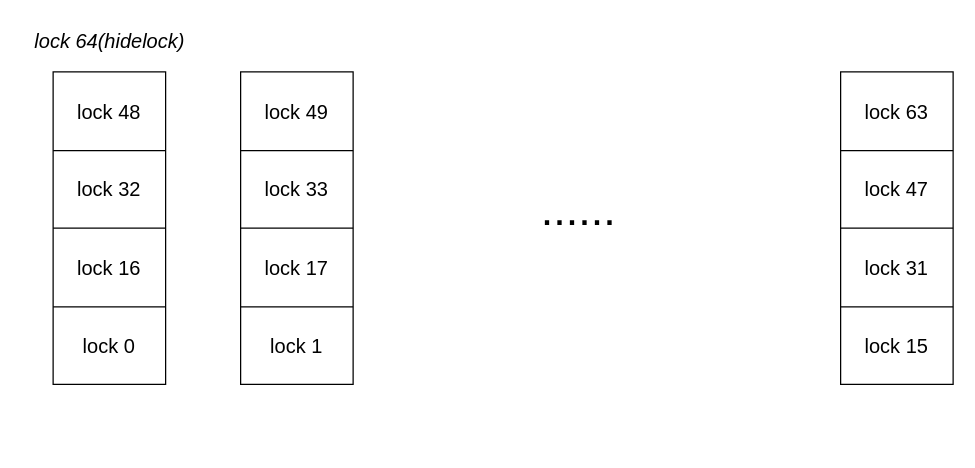
Before: _draws/锁管理器.drawio in segzix/segzix.github.io, a draw.io diagram. Source tidied: cells renumbered, new cells numbered last; positions are measured from the earlier drawing's top-left corner, leaving out a move shared by most shapes. Both pictures are drawn from the tidied source at 125%, with x=0, y=0 at pixel (21, 21).
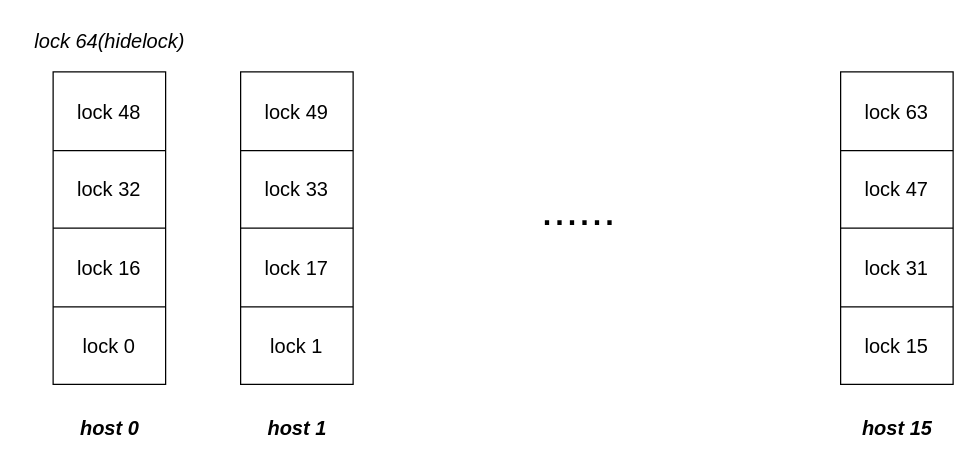
The same page after the edit.

Commit message (it also covers changes not shown here):
更新锁管理器.drawio

Change to the diagram source:
```diff
@@
+    <mxCell id="31" value="&lt;i&gt;&lt;b&gt;&lt;font style=&quot;font-size: 16px;&quot;&gt;host 0&lt;/font&gt;&lt;/b&gt;&lt;/i&gt;" style="text;html=1;align=center;verticalAlign=middle;strokeColor=none;fillColor=none;" parent="1" vertex="1">
+      <mxGeometry x="35" y="310" width="70" height="30" as="geometry" />
+    </mxCell>
+    <mxCell id="32" value="&lt;i&gt;&lt;b&gt;&lt;font style=&quot;font-size: 16px;&quot;&gt;host 1&lt;/font&gt;&lt;/b&gt;&lt;/i&gt;" style="text;html=1;align=center;verticalAlign=middle;strokeColor=none;fillColor=none;" parent="1" vertex="1">
+      <mxGeometry x="185" y="310" width="70" height="30" as="geometry" />
+    </mxCell>
+    <mxCell id="33" value="&lt;i&gt;&lt;b&gt;&lt;font style=&quot;font-size: 16px;&quot;&gt;host 15&lt;/font&gt;&lt;/b&gt;&lt;/i&gt;" style="text;html=1;align=center;verticalAlign=middle;strokeColor=none;fillColor=none;" parent="1" vertex="1">
+      <mxGeometry x="660" y="310" width="80" height="30" as="geometry" />
+    </mxCell>
```
